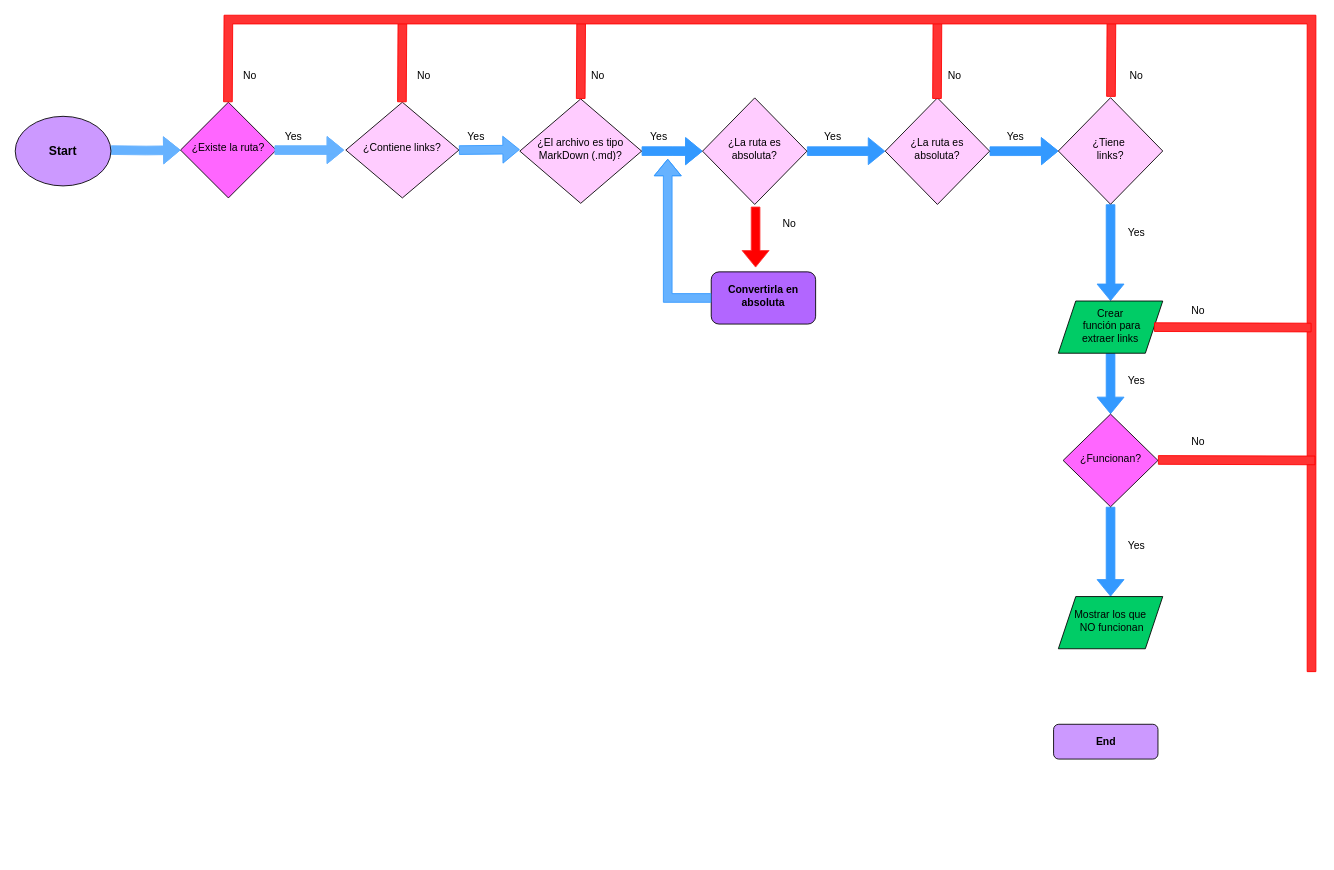
Before: Diagrama sin título.drawio in Laboratoria/DEV001-md-links, a draw.io diagram. Source tidied: cells renumbered, new cells numbered last; positions are measured from the earlier drawing's top-left corner, leaving out a move shared by most shapes. Both pictures are drawn from the tidied source at 87%, with x=0, y=0 at pixel (15, 17).
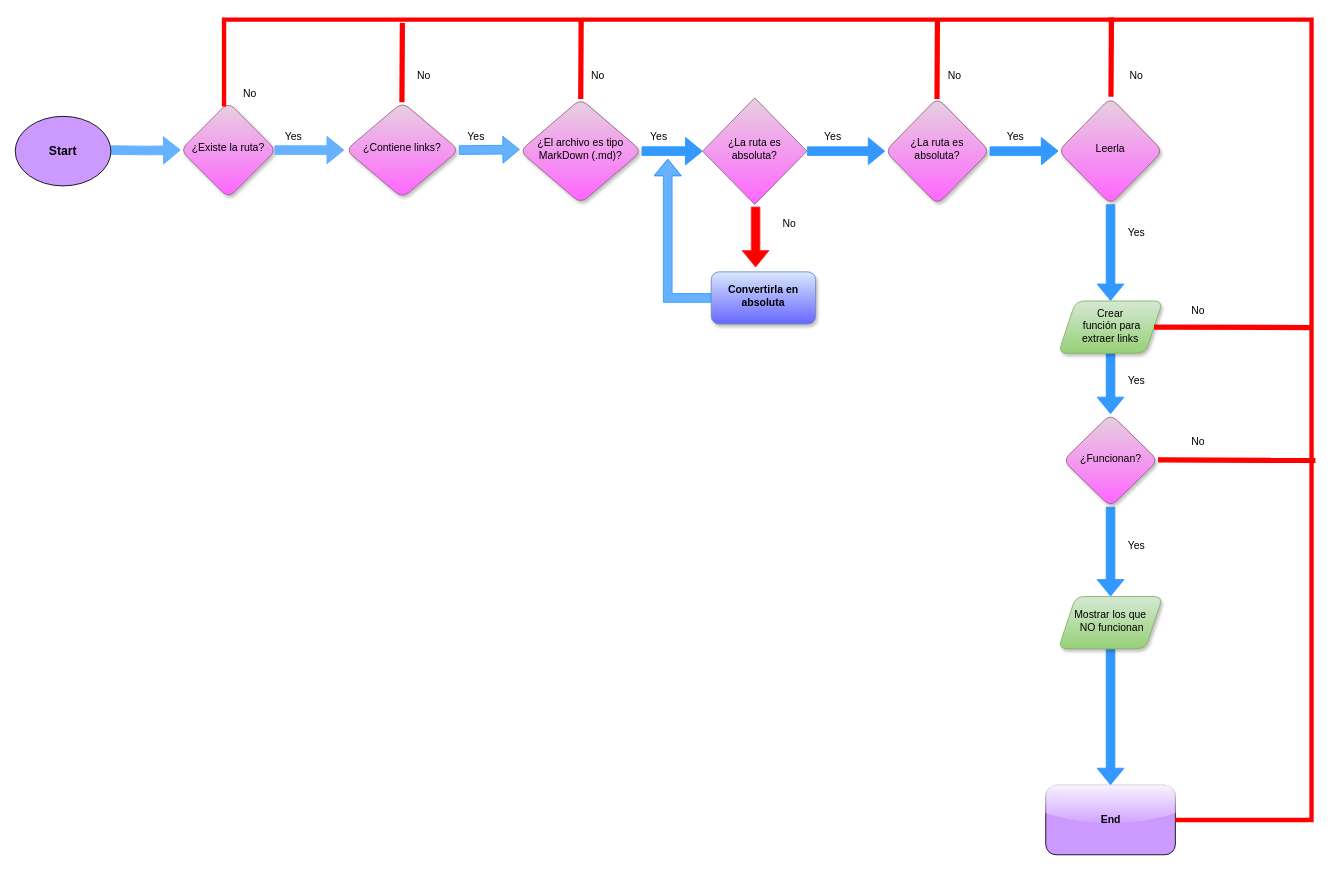
The same diagram, later.

Commit message:
Actualizar Diagrama mdLinks.drawio

The edit, as a diff of the source:
```diff
@@
-    <mxCell id="5" value="¿Contiene links?" style="rhombus;whiteSpace=wrap;html=1;shadow=0;fontFamily=Helvetica;fontSize=12;align=center;strokeWidth=1;spacing=6;spacingTop=-4;fillColor=#FFCCFF;" parent="1" vertex="1">
+    <mxCell id="5" value="¿Contiene links?" style="rhombus;whiteSpace=wrap;html=1;shadow=1;fontFamily=Helvetica;fontSize=12;align=center;strokeWidth=1;spacing=6;spacingTop=-4;fillColor=#e6d0de;rounded=1;gradientColor=#FF66FF;strokeColor=#996185;" parent="1" vertex="1">
       <mxGeometry x="380" y="97" width="130" height="110" as="geometry" />
     </mxCell>
@@
-    <mxCell id="7" value="¿El archivo es tipo MarkDown (.md)?" style="rhombus;whiteSpace=wrap;html=1;shadow=0;fontFamily=Helvetica;fontSize=12;align=center;strokeWidth=1;spacing=6;spacingTop=-4;fillColor=#FFCCFF;" parent="1" vertex="1">
+    <mxCell id="7" value="¿El archivo es tipo MarkDown (.md)?" style="rhombus;whiteSpace=wrap;html=1;shadow=1;fontFamily=Helvetica;fontSize=12;align=center;strokeWidth=1;spacing=6;spacingTop=-4;fillColor=#e6d0de;rounded=1;gradientColor=#FF66FF;strokeColor=#996185;" parent="1" vertex="1">
       <mxGeometry x="580" y="93.2" width="140" height="120" as="geometry" />
     </mxCell>
-    <mxCell id="8" value="&lt;b&gt;Convertirla en absoluta&lt;/b&gt;" style="rounded=1;whiteSpace=wrap;html=1;shadow=0;strokeWidth=1;spacing=6;spacingTop=-4;fillColor=#B266FF;" parent="1" vertex="1">
+    <mxCell id="8" value="&lt;b&gt;Convertirla en absoluta&lt;/b&gt;" style="rounded=1;whiteSpace=wrap;html=1;shadow=1;strokeWidth=1;spacing=6;spacingTop=-4;fillColor=#dae8fc;glass=0;gradientColor=#6666FF;strokeColor=#6c8ebf;" parent="1" vertex="1">
       <mxGeometry x="800" y="292" width="120" height="60" as="geometry" />
     </mxCell>
@@
-    <mxCell id="11" value="&lt;b&gt;End&lt;/b&gt;" style="rounded=1;whiteSpace=wrap;html=1;fontSize=12;glass=0;strokeWidth=1;shadow=0;fillColor=#CC99FF;" parent="1" vertex="1">
-      <mxGeometry x="1193.5" y="812" width="120" height="40" as="geometry" />
+    <mxCell id="11" value="&lt;b&gt;End&lt;/b&gt;" style="rounded=1;whiteSpace=wrap;html=1;fontSize=12;glass=1;strokeWidth=1;shadow=0;fillColor=#CC99FF;" parent="1" vertex="1">
+      <mxGeometry x="1184.5" y="882" width="149" height="80" as="geometry" />
     </mxCell>
-    <mxCell id="12" value="¿Existe la ruta?" style="rhombus;whiteSpace=wrap;html=1;shadow=0;fontFamily=Helvetica;fontSize=12;align=center;strokeWidth=1;spacing=6;spacingTop=-4;fillColor=#FF66FF;" parent="1" vertex="1">
+    <mxCell id="12" value="¿Existe la ruta?" style="rhombus;whiteSpace=wrap;html=1;shadow=1;fontFamily=Helvetica;fontSize=12;align=center;strokeWidth=1;spacing=6;spacingTop=-4;fillColor=#e6d0de;strokeColor=#996185;rounded=1;gradientColor=#FF66FF;" parent="1" vertex="1">
       <mxGeometry x="190" y="97" width="110" height="110" as="geometry" />
     </mxCell>
@@
-    <mxCell id="16" value="¿La ruta es absoluta?" style="rhombus;whiteSpace=wrap;html=1;shadow=0;fontFamily=Helvetica;fontSize=12;align=center;strokeWidth=1;spacing=6;spacingTop=-4;fillColor=#FFCCFF;" parent="1" vertex="1">
+    <mxCell id="16" value="¿La ruta es absoluta?" style="rhombus;whiteSpace=wrap;html=1;shadow=0;fontFamily=Helvetica;fontSize=12;align=center;strokeWidth=1;spacing=6;spacingTop=-4;fillColor=#e6d0de;gradientColor=#FF66FF;strokeColor=#996185;" parent="1" vertex="1">
       <mxGeometry x="790" y="92" width="120" height="122.5" as="geometry" />
     </mxCell>
@@
-    <mxCell id="22" value="¿La ruta es absoluta?" style="rhombus;whiteSpace=wrap;html=1;shadow=0;fontFamily=Helvetica;fontSize=12;align=center;strokeWidth=1;spacing=6;spacingTop=-4;fillColor=#FFCCFF;" parent="1" vertex="1">
+    <mxCell id="22" value="¿La ruta es absoluta?" style="rhombus;whiteSpace=wrap;html=1;shadow=1;fontFamily=Helvetica;fontSize=12;align=center;strokeWidth=1;spacing=6;spacingTop=-4;fillColor=#e6d0de;rounded=1;gradientColor=#FF66FF;strokeColor=#996185;" parent="1" vertex="1">
       <mxGeometry x="1000" y="92" width="120" height="122.5" as="geometry" />
     </mxCell>
@@
-    <mxCell id="25" value="¿Tiene&amp;nbsp;&lt;br&gt;links?" style="rhombus;whiteSpace=wrap;html=1;shadow=0;fontFamily=Helvetica;fontSize=12;align=center;strokeWidth=1;spacing=6;spacingTop=-4;fillColor=#FFCCFF;" parent="1" vertex="1">
+    <mxCell id="25" value="Leerla" style="rhombus;whiteSpace=wrap;html=1;shadow=1;fontFamily=Helvetica;fontSize=12;align=center;strokeWidth=1;spacing=6;spacingTop=-4;fillColor=#e6d0de;rounded=1;gradientColor=#FF66FF;strokeColor=#996185;" parent="1" vertex="1">
       <mxGeometry x="1199" y="91.8" width="120" height="122.5" as="geometry" />
     </mxCell>
-    <mxCell id="26" style="endArrow=none;html=1;rounded=0;strokeColor=#FF0000;fontFamily=Helvetica;fontSize=18;fontColor=#FFFFFF;fillColor=#FF3333;shape=flexArrow;" parent="1" edge="1">
+    <mxCell id="26" style="endArrow=none;html=1;rounded=0;strokeColor=#FF0000;fontFamily=Helvetica;fontSize=18;fontColor=#FFFFFF;fillColor=#FF3333;strokeWidth=6;" parent="1" edge="1">
       <mxGeometry relative="1" as="geometry">
         <mxPoint x="1059.5" y="93.2" as="sourcePoint" />
         <mxPoint x="1060" y="2" as="targetPoint" />
       </mxGeometry>
     </mxCell>
-    <mxCell id="27" style="endArrow=none;html=1;rounded=0;strokeColor=#FF0000;fontFamily=Helvetica;fontSize=18;fontColor=#FFFFFF;fillColor=#FF3333;shape=flexArrow;" parent="1" edge="1">
+    <mxCell id="27" style="endArrow=none;html=1;rounded=0;strokeColor=#FF0000;fontFamily=Helvetica;fontSize=18;fontColor=#FFFFFF;fillColor=#FF3333;strokeWidth=6;" parent="1" edge="1">
       <mxGeometry relative="1" as="geometry">
         <mxPoint x="1259.5" y="90.8" as="sourcePoint" />
         <mxPoint x="1260" y="-0.5" as="targetPoint" />
       </mxGeometry>
     </mxCell>
-    <mxCell id="28" style="endArrow=none;html=1;rounded=0;strokeColor=#FF0000;fontFamily=Helvetica;fontSize=18;fontColor=#FFFFFF;fillColor=#FF3333;shape=flexArrow;" parent="1" edge="1">
+    <mxCell id="28" style="endArrow=none;html=1;rounded=0;strokeColor=#FF0000;fontFamily=Helvetica;fontSize=18;fontColor=#FFFFFF;fillColor=#FF3333;strokeWidth=6;" parent="1" edge="1">
       <mxGeometry relative="1" as="geometry">
         <mxPoint x="444.5" y="97" as="sourcePoint" />
         <mxPoint x="445" y="5.8" as="targetPoint" />
       </mxGeometry>
     </mxCell>
-    <mxCell id="29" style="endArrow=none;html=1;rounded=0;strokeColor=#FF0000;fontFamily=Helvetica;fontSize=18;fontColor=#FFFFFF;fillColor=#FF3333;shape=flexArrow;" parent="1" edge="1">
+    <mxCell id="29" style="endArrow=none;html=1;rounded=0;strokeColor=#FF0000;fontFamily=Helvetica;fontSize=18;fontColor=#FFFFFF;fillColor=#FF3333;strokeWidth=6;" parent="1" edge="1">
       <mxGeometry relative="1" as="geometry">
         <mxPoint x="650" y="93.2" as="sourcePoint" />
         <mxPoint x="650.5" y="2" as="targetPoint" />
       </mxGeometry>
     </mxCell>
-    <mxCell id="30" style="endArrow=none;html=1;rounded=0;strokeColor=#FF0000;fontFamily=Helvetica;fontSize=18;fontColor=#FFFFFF;fillColor=#FF3333;shape=flexArrow;" parent="1" edge="1">
+    <mxCell id="30" style="endArrow=none;html=1;rounded=0;strokeColor=#FF0000;fontFamily=Helvetica;fontSize=18;fontColor=#FFFFFF;fillColor=#FF3333;entryX=1;entryY=0.5;entryDx=0;entryDy=0;exitX=0;exitY=1;exitDx=0;exitDy=0;strokeWidth=5;" parent="1" edge="1" source="31" target="11">
       <mxGeometry relative="1" as="geometry">
-        <mxPoint x="244.5" y="97" as="sourcePoint" />
-        <mxPoint x="1490" y="752" as="targetPoint" />
         <Array as="points">
-          <mxPoint x="245" y="2" />
+          <mxPoint x="240" y="52" />
+          <mxPoint x="240" y="2" />
           <mxPoint x="1490" y="2" />
+          <mxPoint x="1490" y="922" />
         </Array>
       </mxGeometry>
     </mxCell>
     <mxCell id="31" value="No" style="text;html=1;strokeColor=none;fillColor=none;align=center;verticalAlign=middle;whiteSpace=wrap;rounded=0;" parent="1" vertex="1">
-      <mxGeometry x="240" y="52" width="60" height="30" as="geometry" />
+      <mxGeometry x="240" y="72" width="60" height="30" as="geometry" />
     </mxCell>
@@
-    <mxCell id="37" value="Crear&lt;br&gt;&amp;nbsp;función para&lt;br&gt;extraer links" style="shape=parallelogram;perimeter=parallelogramPerimeter;whiteSpace=wrap;html=1;fixedSize=1;fillColor=#00CC66;shadow=0;strokeWidth=1;spacing=6;spacingTop=-4;" parent="1" vertex="1">
+    <mxCell id="37" value="Crear&lt;br&gt;&amp;nbsp;función para&lt;br&gt;extraer links" style="shape=parallelogram;perimeter=parallelogramPerimeter;whiteSpace=wrap;html=1;fixedSize=1;fillColor=#d5e8d4;shadow=1;strokeWidth=1;spacing=6;spacingTop=-4;gradientColor=#97d077;strokeColor=#82b366;rounded=1;" parent="1" vertex="1">
       <mxGeometry x="1199" y="325.5" width="120" height="60" as="geometry" />
     </mxCell>
@@
-    <mxCell id="39" value="¿Funcionan?" style="rhombus;whiteSpace=wrap;html=1;fillColor=#FF66FF;shadow=0;strokeWidth=1;spacing=6;spacingTop=-4;" parent="1" vertex="1">
+    <mxCell id="39" value="¿Funcionan?" style="rhombus;whiteSpace=wrap;html=1;fillColor=#e6d0de;shadow=1;strokeWidth=1;spacing=6;spacingTop=-4;gradientColor=#FF66FF;strokeColor=#996185;rounded=1;" parent="1" vertex="1">
       <mxGeometry x="1204.5" y="455.5" width="109" height="106.5" as="geometry" />
     </mxCell>
-    <mxCell id="40" style="endArrow=none;html=1;rounded=0;strokeColor=#FF0000;fontFamily=Helvetica;fontSize=18;fontColor=#FFFFFF;fillColor=#FF3333;shape=flexArrow;exitX=1;exitY=0.5;exitDx=0;exitDy=0;" parent="1" edge="1" source="37">
+    <mxCell id="40" style="endArrow=none;html=1;rounded=0;strokeColor=#FF0000;fontFamily=Helvetica;fontSize=18;fontColor=#FFFFFF;fillColor=#FF3333;exitX=1;exitY=0.5;exitDx=0;exitDy=0;strokeWidth=6;" parent="1" edge="1" source="37">
       <mxGeometry relative="1" as="geometry">
         <mxPoint x="1490" y="356" as="targetPoint" />
       </mxGeometry>
     </mxCell>
@@
+    <mxCell id="50" style="edgeStyle=orthogonalEdgeStyle;shape=flexArrow;rounded=0;jettySize=auto;html=1;strokeColor=#3399FF;fontFamily=Helvetica;fontSize=18;fontColor=#FFFFFF;fillColor=#3399FF;" parent="1" edge="1" source="42" target="11">
+      <mxGeometry relative="1" as="geometry" />
+    </mxCell>
-    <mxCell id="42" value="Mostrar los que&lt;br&gt;&amp;nbsp;NO funcionan" style="shape=parallelogram;perimeter=parallelogramPerimeter;whiteSpace=wrap;html=1;fixedSize=1;fillColor=#00CC66;shadow=0;strokeWidth=1;spacing=6;spacingTop=-4;" parent="1" vertex="1">
+    <mxCell id="42" value="Mostrar los que&lt;br&gt;&amp;nbsp;NO funcionan" style="shape=parallelogram;perimeter=parallelogramPerimeter;whiteSpace=wrap;html=1;fixedSize=1;fillColor=#d5e8d4;shadow=1;strokeWidth=1;spacing=6;spacingTop=-4;gradientColor=#97d077;strokeColor=#82b366;rounded=1;" parent="1" vertex="1">
       <mxGeometry x="1199" y="665.2" width="120" height="60" as="geometry" />
     </mxCell>
-    <mxCell id="43" style="endArrow=none;html=1;rounded=0;strokeColor=#FF0000;fontFamily=Helvetica;fontSize=18;fontColor=#FFFFFF;fillColor=#FF3333;shape=flexArrow;exitX=1;exitY=0.5;exitDx=0;exitDy=0;" parent="1" edge="1">
+    <mxCell id="43" style="endArrow=none;html=1;rounded=0;strokeColor=#FF0000;fontFamily=Helvetica;fontSize=18;fontColor=#FFFFFF;fillColor=#FF3333;exitX=1;exitY=0.5;exitDx=0;exitDy=0;strokeWidth=6;" parent="1" edge="1">
       <mxGeometry relative="1" as="geometry">
         <mxPoint x="1313.5" y="508.2" as="sourcePoint" />
         <mxPoint x="1494.5" y="508.7" as="targetPoint" />
       </mxGeometry>
     </mxCell>
```
